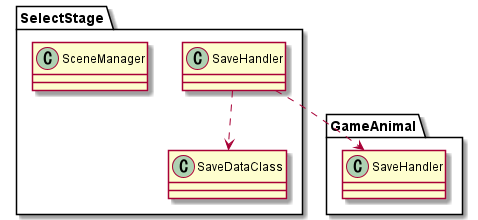
Before: Assets/_SlimeCatch/Docs/SelectStage.png, a diagram exported from PlantUML (RiseManagement/SlimeCatch).
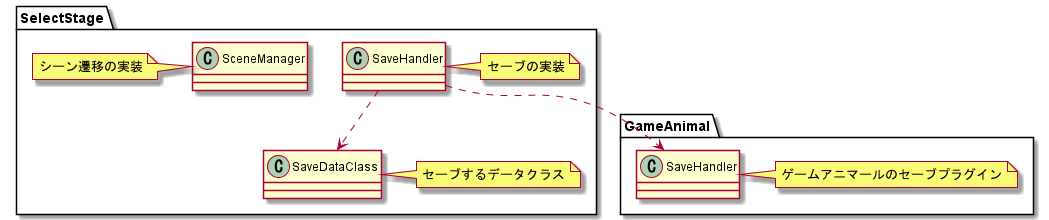
After the change.

Commit message:
docs: ステージ選択画面のクラス図の各クラスにコメントを追加

The edit, as a diff of the source:
```diff
@@ -2,9 +2,12 @@
 
 namespace SelectStage{
     class SaveDataClass
+    note right: セーブするデータクラス
     class SaveHandler
+    note right: セーブの実装
 
     class SceneManager
+    note left: シーン遷移の実装
 
 
     SaveHandler ..> SaveDataClass
@@ -17,6 +20,7 @@
 
 namespace GameAnimal{
     class SaveHandler
+    note right: ゲームアニマールのセーブプラグイン
 }
 
 @enduml
```
